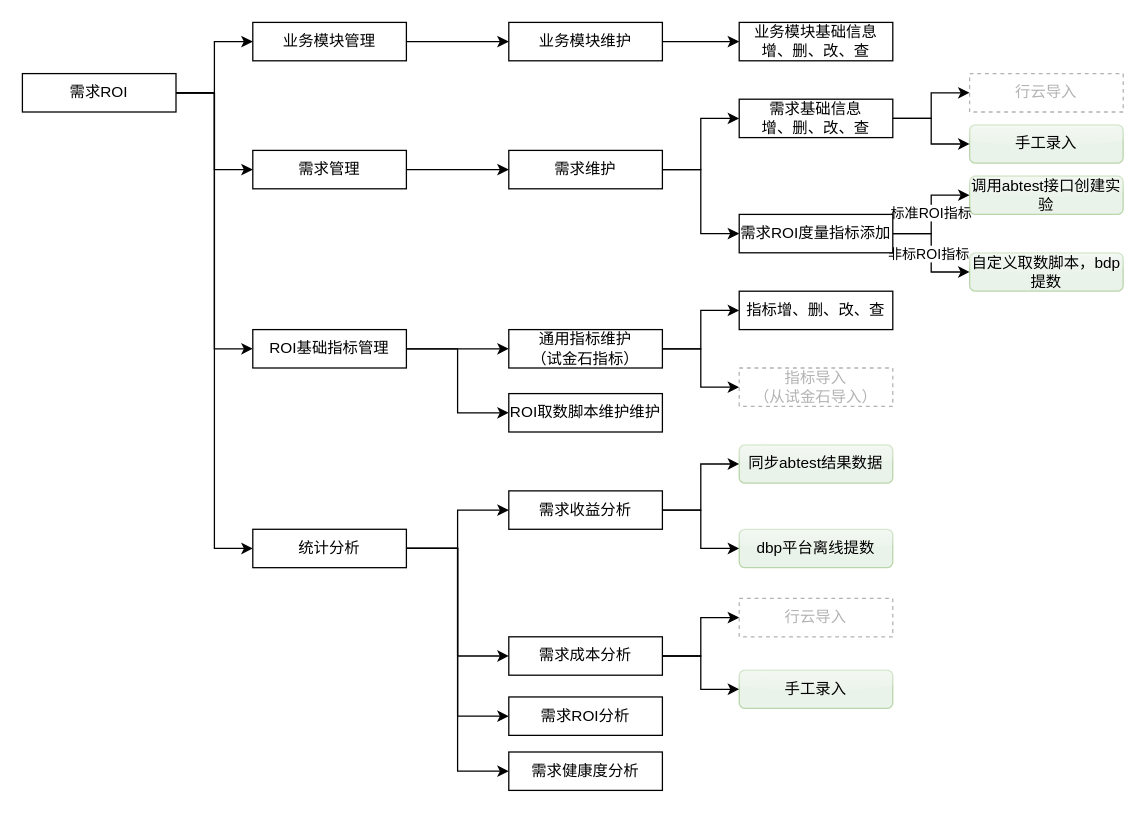
Earlier version of the draw.io diagram page "功能结构图" (3 of 4) of 需求ROI评估.drawio (lihongliang1989/diagram). Source tidied: cells renumbered, new cells numbered last; positions are measured from the earlier drawing's top-left corner, leaving out a move shared by most shapes. Both pictures are drawn from the tidied source at 128%, with x=0, y=0 at pixel (22, 22).
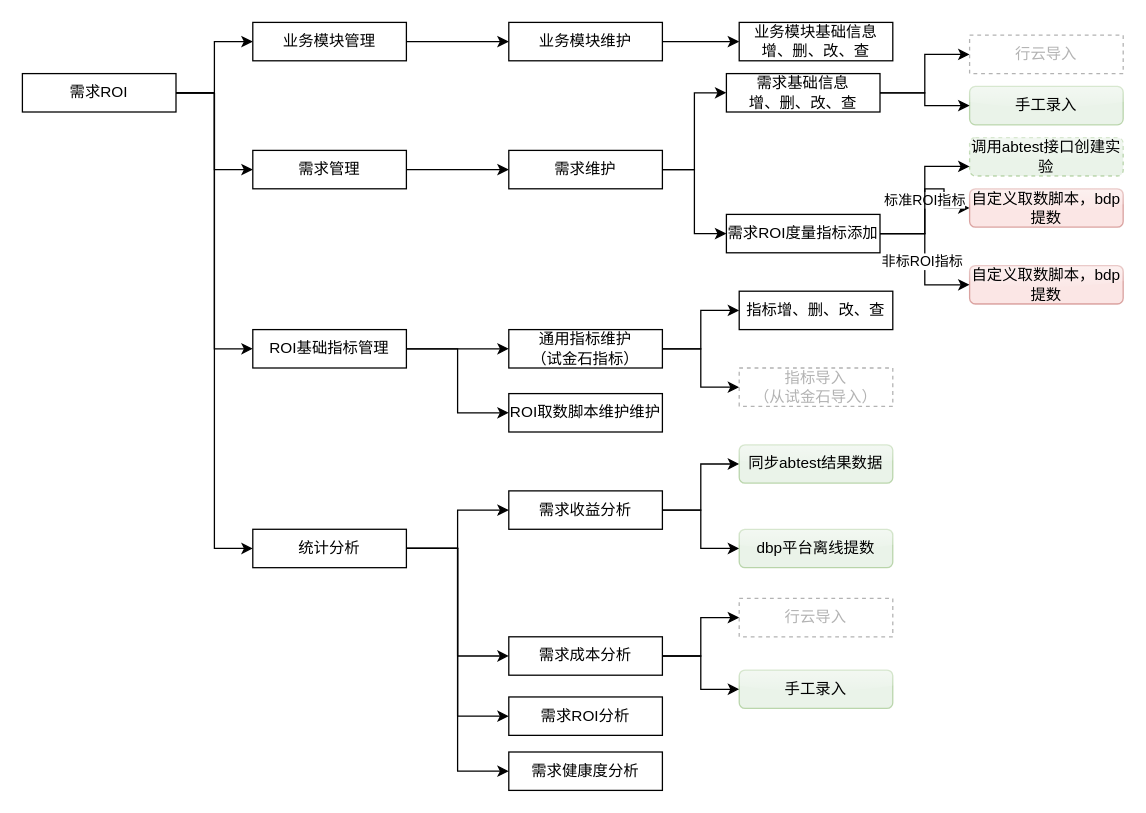
After the change.

The edit, as a diff of the source:
```diff
@@
     <mxCell id="16" value="手工录入" style="rounded=1;whiteSpace=wrap;html=1;gradientColor=none;fontColor=#000000;strokeColor=#82b366;shadow=0;fillColor=#d5e8d4;glass=1;opacity=50;sketch=0;" parent="1" vertex="1">
-      <mxGeometry x="740" y="80" width="120" height="30" as="geometry" />
+      <mxGeometry x="740" y="50" width="120" height="30" as="geometry" />
     </mxCell>
@@
     <mxCell id="33" value="需求基础信息&lt;br&gt;增、删、改、查" style="rounded=0;whiteSpace=wrap;html=1;gradientColor=none;" parent="1" vertex="1">
-      <mxGeometry x="560" y="60" width="120" height="30" as="geometry" />
+      <mxGeometry x="550" y="40" width="120" height="30" as="geometry" />
     </mxCell>
@@
     <mxCell id="43" style="edgeStyle=orthogonalEdgeStyle;rounded=0;jettySize=auto;html=1;entryX=0;entryY=0.5;entryDx=0;entryDy=0;fontColor=#B3B3B3;" parent="1" edge="1" source="47" target="50">
-      <mxGeometry relative="1" as="geometry" />
+      <mxGeometry relative="1" as="geometry">
+        <Array as="points">
+          <mxPoint x="705" y="165" />
+          <mxPoint x="705" y="130" />
+          <mxPoint x="720" y="130" />
+          <mxPoint x="720" y="145" />
+        </Array>
+      </mxGeometry>
     </mxCell>
@@
+    <mxCell id="55" style="edgeStyle=orthogonalEdgeStyle;rounded=0;jettySize=auto;html=1;entryX=0;entryY=0.75;entryDx=0;entryDy=0;fontColor=#000000;" parent="1" edge="1" source="47" target="56">
+      <mxGeometry relative="1" as="geometry" />
+    </mxCell>
     <mxCell id="47" value="需求ROI度量指标添加" style="rounded=0;whiteSpace=wrap;html=1;gradientColor=none;" parent="1" vertex="1">
-      <mxGeometry x="560" y="150" width="120" height="30" as="geometry" />
+      <mxGeometry x="550" y="150" width="120" height="30" as="geometry" />
     </mxCell>
@@
-    <mxCell id="50" value="调用abtest接口创建实验" style="rounded=1;whiteSpace=wrap;html=1;opacity=50;glass=1;shadow=0;sketch=0;fillColor=#d5e8d4;strokeColor=#82b366;" parent="1" vertex="1">
-      <mxGeometry x="740" y="120" width="120" height="30" as="geometry" />
+    <mxCell id="50" value="自定义取数脚本，bdp提数" style="rounded=1;whiteSpace=wrap;html=1;opacity=50;glass=1;shadow=0;sketch=0;fillColor=#f8cecc;strokeColor=#b85450;" parent="1" vertex="1">
+      <mxGeometry x="740" y="130" width="120" height="30" as="geometry" />
     </mxCell>
-    <mxCell id="51" value="自定义取数脚本，bdp提数" style="rounded=1;whiteSpace=wrap;html=1;opacity=50;glass=1;shadow=0;sketch=0;fillColor=#d5e8d4;strokeColor=#82b366;" parent="1" vertex="1">
-      <mxGeometry x="740" y="180" width="120" height="30" as="geometry" />
+    <mxCell id="51" value="自定义取数脚本，bdp提数" style="rounded=1;whiteSpace=wrap;html=1;opacity=50;glass=1;shadow=0;sketch=0;fillColor=#f8cecc;strokeColor=#b85450;" parent="1" vertex="1">
+      <mxGeometry x="740" y="190" width="120" height="30" as="geometry" />
     </mxCell>
     <mxCell id="52" value="行云导入" style="rounded=0;whiteSpace=wrap;html=1;gradientColor=none;fontColor=#B3B3B3;strokeColor=#B3B3B3;fillColor=#ffffff;dashed=1;" parent="1" vertex="1">
-      <mxGeometry x="740" y="40" width="120" height="30" as="geometry" />
+      <mxGeometry x="740" y="10" width="120" height="30" as="geometry" />
     </mxCell>
@@
+    <mxCell id="56" value="调用abtest接口创建实验" style="rounded=1;whiteSpace=wrap;html=1;opacity=50;glass=1;shadow=0;sketch=0;fillColor=#d5e8d4;strokeColor=#82b366;dashed=1;" parent="1" vertex="1">
+      <mxGeometry x="740" y="90" width="120" height="30" as="geometry" />
+    </mxCell>
```
